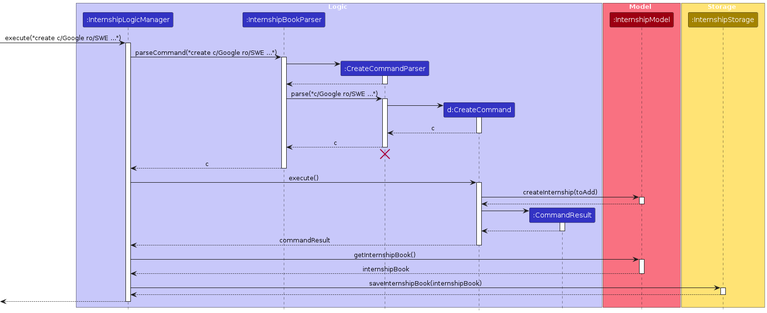
The PlantUML diagram diagrams/CreateSequenceDiagram.png in AY2324S1-CS2103T-W17-1/tp, before a commit. Its source is kept beside it as diagrams/CreateSequenceDiagram.puml.
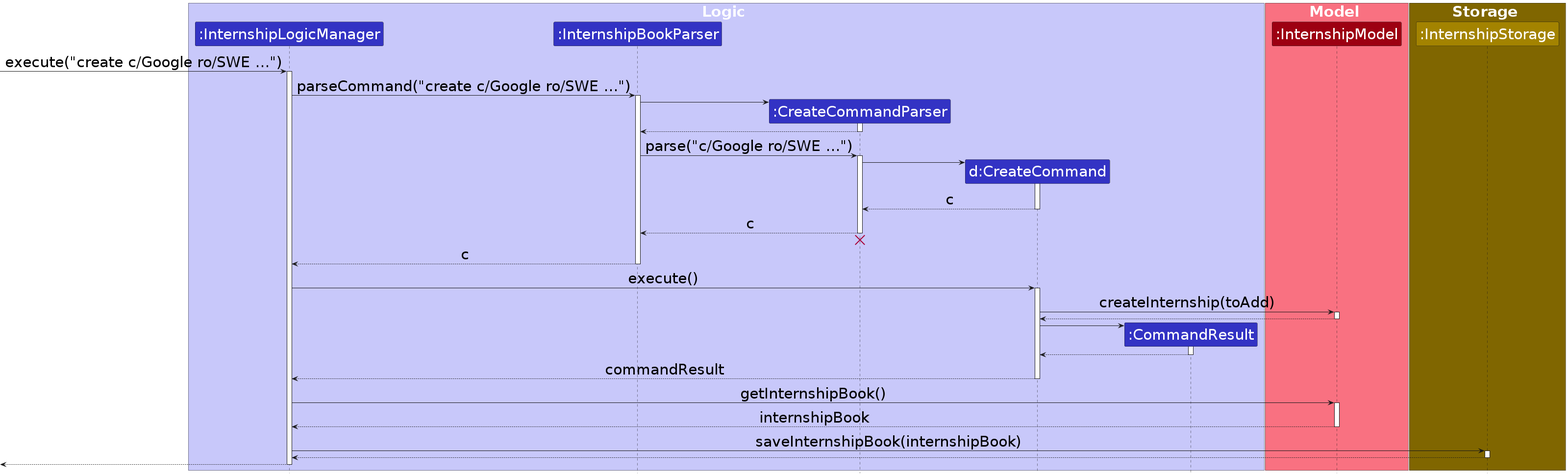
The same file after the commit.

What changed in the source:
```diff
@@ -1,5 +1,6 @@
 @startuml
 !include style.puml
+skinparam DefaultFontSize 30
 skinparam ArrowFontStyle plain
 
 box Logic LOGIC_COLOR_T1
@@ -14,7 +15,7 @@
 participant ":InternshipModel" as InternshipModel MODEL_COLOR
 end box
 
-box Storage STORAGE_COLOR_T1
+box Storage STORAGE_COLOR_T3
 participant ":InternshipStorage" as Storage STORAGE_COLOR
 end box
 
```
